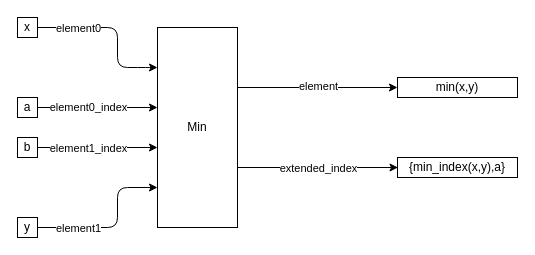
Above: MIN.drawio in dzx-dzx/ME_AB2_diagram (draw.io), before the change. Source tidied: cells renumbered, new cells numbered last; positions are measured from the earlier drawing's top-left corner, leaving out a move shared by most shapes. Both pictures are drawn from the tidied source at 100%, with x=0, y=0 at pixel (17, 17).
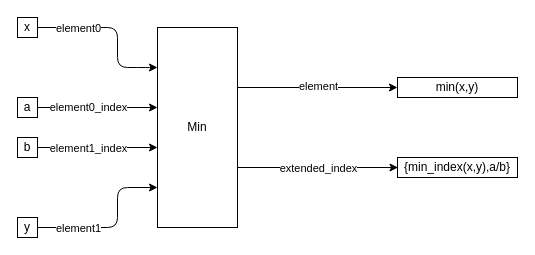
The same page after the edit.

Change to the diagram source:
```diff
@@
-    <mxCell id="18" value="&lt;span&gt;{min_index(x,y),a}&lt;/span&gt;" style="rounded=0;whiteSpace=wrap;html=1;" parent="1" vertex="1">
+    <mxCell id="18" value="&lt;span&gt;{min_index(x,y),a/b}&lt;/span&gt;" style="rounded=0;whiteSpace=wrap;html=1;" parent="1" vertex="1">
       <mxGeometry x="380" y="140" width="120" height="20" as="geometry" />
     </mxCell>
```
